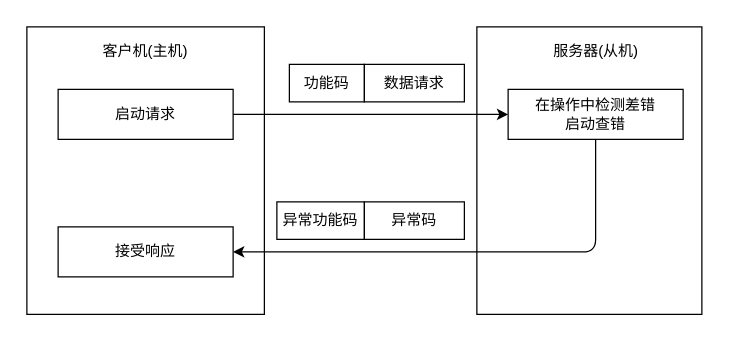
The draw.io diagram assets/img/Security/ICS/工控协议/26.drawio in ffffffff0x/1earn, before the edit. Source tidied: cells renumbered, new cells numbered last; positions are measured from the earlier drawing's top-left corner, leaving out a move shared by most shapes. Both pictures are drawn from the tidied source at 125%, with x=0, y=0 at pixel (26, 26).
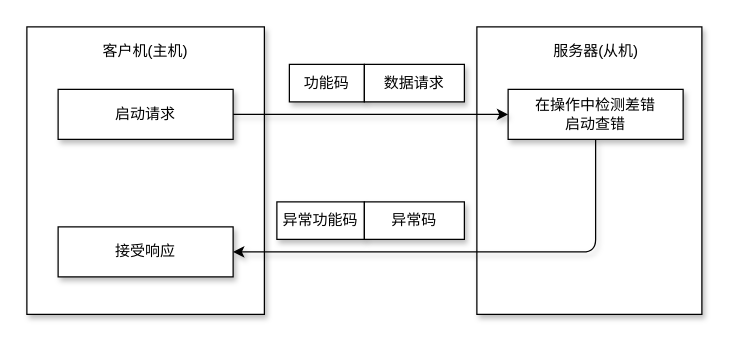
Above is the later version.

The edit, as a diff of the source:
```diff
@@
 <mxGraphModel>
   <root>
     <mxCell id="0" />
     <mxCell id="1" parent="0" />
-    <mxCell id="2" style="rounded=0;whiteSpace=wrap;html=1;" parent="1" vertex="1">
+    <mxCell id="2" style="rounded=0;whiteSpace=wrap;html=1;shadow=1;" parent="1" vertex="1">
       <mxGeometry width="190" height="230" as="geometry" />
     </mxCell>
-    <mxCell id="3" value="启动请求" style="rounded=0;whiteSpace=wrap;html=1;" parent="1" vertex="1">
+    <mxCell id="3" value="启动请求" style="rounded=0;whiteSpace=wrap;html=1;shadow=1;" parent="1" vertex="1">
       <mxGeometry x="25" y="50" width="140" height="40" as="geometry" />
     </mxCell>
-    <mxCell id="4" value="接受响应" style="rounded=0;whiteSpace=wrap;html=1;" parent="1" vertex="1">
+    <mxCell id="4" value="接受响应" style="rounded=0;whiteSpace=wrap;html=1;shadow=1;" parent="1" vertex="1">
       <mxGeometry x="25" y="160" width="140" height="40" as="geometry" />
     </mxCell>
-    <mxCell id="5" value="功能码" style="rounded=0;whiteSpace=wrap;html=1;" parent="1" vertex="1">
+    <mxCell id="5" value="功能码" style="rounded=0;whiteSpace=wrap;html=1;shadow=1;" parent="1" vertex="1">
       <mxGeometry x="210" y="30" width="60" height="30" as="geometry" />
     </mxCell>
-    <mxCell id="6" value="数据请求" style="rounded=0;whiteSpace=wrap;html=1;" parent="1" vertex="1">
+    <mxCell id="6" value="数据请求" style="rounded=0;whiteSpace=wrap;html=1;shadow=1;" parent="1" vertex="1">
       <mxGeometry x="270" y="30" width="80" height="30" as="geometry" />
     </mxCell>
-    <mxCell id="7" style="rounded=0;whiteSpace=wrap;html=1;" parent="1" vertex="1">
+    <mxCell id="7" style="rounded=0;whiteSpace=wrap;html=1;shadow=1;" parent="1" vertex="1">
       <mxGeometry x="360" width="180" height="230" as="geometry" />
     </mxCell>
-    <mxCell id="8" value="在操作中检测差错&lt;br&gt;启动查错" style="rounded=0;whiteSpace=wrap;html=1;" parent="1" vertex="1">
+    <mxCell id="8" value="在操作中检测差错&lt;br&gt;启动查错" style="rounded=0;whiteSpace=wrap;html=1;shadow=1;" parent="1" vertex="1">
       <mxGeometry x="385" y="50" width="140" height="40" as="geometry" />
     </mxCell>
-    <mxCell id="9" style="endArrow=classic;html=1;exitX=1;exitY=0.5;exitDx=0;exitDy=0;entryX=0;entryY=0.5;entryDx=0;entryDy=0;" parent="1" edge="1" source="3" target="8">
+    <mxCell id="9" style="endArrow=classic;html=1;exitX=1;exitY=0.5;exitDx=0;exitDy=0;entryX=0;entryY=0.5;entryDx=0;entryDy=0;shadow=1;" parent="1" edge="1" source="3" target="8">
       <mxGeometry relative="1" as="geometry" />
     </mxCell>
-    <mxCell id="10" style="endArrow=classic;html=1;entryX=1;entryY=0.5;entryDx=0;entryDy=0;exitX=0.5;exitY=1;exitDx=0;exitDy=0;" parent="1" edge="1" source="8" target="4">
+    <mxCell id="10" style="endArrow=classic;html=1;entryX=1;entryY=0.5;entryDx=0;entryDy=0;exitX=0.5;exitY=1;exitDx=0;exitDy=0;shadow=1;" parent="1" edge="1" source="8" target="4">
       <mxGeometry relative="1" as="geometry">
         <Array as="points">
           <mxPoint x="455" y="180" />
         </Array>
       </mxGeometry>
     </mxCell>
-    <mxCell id="11" value="异常功能码" style="rounded=0;whiteSpace=wrap;html=1;" parent="1" vertex="1">
+    <mxCell id="11" value="异常功能码" style="rounded=0;whiteSpace=wrap;html=1;shadow=1;" parent="1" vertex="1">
       <mxGeometry x="200" y="140" width="70" height="30" as="geometry" />
     </mxCell>
-    <mxCell id="12" value="异常码" style="rounded=0;whiteSpace=wrap;html=1;" parent="1" vertex="1">
+    <mxCell id="12" value="异常码" style="rounded=0;whiteSpace=wrap;html=1;shadow=1;" parent="1" vertex="1">
       <mxGeometry x="270" y="140" width="80" height="30" as="geometry" />
     </mxCell>
-    <mxCell id="13" value="客户机(主机)" style="text;html=1;strokeColor=none;fillColor=none;align=center;verticalAlign=middle;whiteSpace=wrap;rounded=0;" parent="1" vertex="1">
+    <mxCell id="13" value="客户机(主机)" style="text;html=1;strokeColor=none;fillColor=none;align=center;verticalAlign=middle;whiteSpace=wrap;rounded=0;shadow=1;" parent="1" vertex="1">
       <mxGeometry x="55" y="10" width="80" height="20" as="geometry" />
     </mxCell>
-    <mxCell id="14" value="服务器(从机)" style="text;html=1;strokeColor=none;fillColor=none;align=center;verticalAlign=middle;whiteSpace=wrap;rounded=0;" parent="1" vertex="1">
+    <mxCell id="14" value="服务器(从机)" style="text;html=1;strokeColor=none;fillColor=none;align=center;verticalAlign=middle;whiteSpace=wrap;rounded=0;shadow=1;" parent="1" vertex="1">
       <mxGeometry x="412.5" y="10" width="85" height="20" as="geometry" />
     </mxCell>
   </root>
 </mxGraphModel>
```
